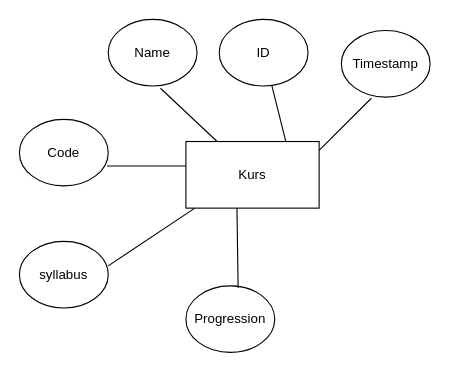
The draw.io diagram ER.drawio in mifr2204/Backend, before the edit. Source tidied: cells renumbered, new cells numbered last; positions are measured from the earlier drawing's top-left corner, leaving out a move shared by most shapes. Both pictures are drawn from the tidied source at 111%, with x=0, y=0 at pixel (19, 19).
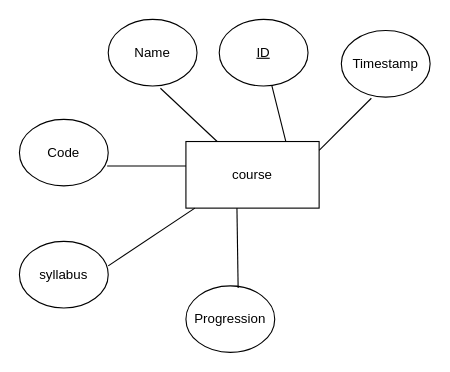
The same diagram, later.

The edit, as a diff of the source:
```diff
@@
 <mxGraphModel>
   <root>
     <mxCell id="0" />
     <mxCell id="1" parent="0" />
-    <mxCell id="2" value="Kurs" style="rounded=0;whiteSpace=wrap;html=1;" parent="1" vertex="1">
+    <mxCell id="2" value="course" style="rounded=0;whiteSpace=wrap;html=1;" parent="1" vertex="1">
       <mxGeometry x="150" y="110" width="120" height="60" as="geometry" />
     </mxCell>
     <mxCell id="3" style="endArrow=none;html=1;exitX=0.75;exitY=0;exitDx=0;exitDy=0;" parent="1" edge="1" source="2" target="4">
       <mxGeometry relative="1" as="geometry" />
     </mxCell>
-    <mxCell id="4" value="ID" style="ellipse;whiteSpace=wrap;html=1;" parent="1" vertex="1">
+    <mxCell id="4" value="&lt;u&gt;ID&lt;/u&gt;" style="ellipse;whiteSpace=wrap;html=1;" parent="1" vertex="1">
       <mxGeometry x="180" width="80" height="60" as="geometry" />
     </mxCell>
     <mxCell id="5" value="Name" style="ellipse;whiteSpace=wrap;html=1;" parent="1" vertex="1">
       <mxGeometry x="80" width="80" height="60" as="geometry" />
     </mxCell>
     <mxCell id="6" style="endArrow=none;html=1;entryX=0.588;entryY=1.033;entryDx=0;entryDy=0;entryPerimeter=0;" parent="1" edge="1" source="2" target="5">
       <mxGeometry relative="1" as="geometry" />
     </mxCell>
     <mxCell id="7" style="endArrow=none;html=1;entryX=0.988;entryY=0.7;entryDx=0;entryDy=0;entryPerimeter=0;exitX=0;exitY=0.367;exitDx=0;exitDy=0;exitPerimeter=0;" parent="1" edge="1" source="2" target="8">
       <mxGeometry relative="1" as="geometry" />
     </mxCell>
     <mxCell id="8" value="Code" style="ellipse;whiteSpace=wrap;html=1;" parent="1" vertex="1">
       <mxGeometry y="90" width="80" height="60" as="geometry" />
     </mxCell>
     <mxCell id="9" value="syllabus" style="ellipse;whiteSpace=wrap;html=1;" parent="1" vertex="1">
       <mxGeometry y="200" width="80" height="60" as="geometry" />
     </mxCell>
     <mxCell id="10" style="endArrow=none;html=1;entryX=1;entryY=0.367;entryDx=0;entryDy=0;entryPerimeter=0;exitX=0.067;exitY=1;exitDx=0;exitDy=0;exitPerimeter=0;" parent="1" edge="1" source="2" target="9">
       <mxGeometry relative="1" as="geometry" />
     </mxCell>
     <mxCell id="11" value="Progression" style="ellipse;whiteSpace=wrap;html=1;" parent="1" vertex="1">
       <mxGeometry x="150" y="240" width="80" height="60" as="geometry" />
     </mxCell>
     <mxCell id="12" style="endArrow=none;html=1;entryX=0.588;entryY=0.033;entryDx=0;entryDy=0;entryPerimeter=0;exitX=0.383;exitY=1;exitDx=0;exitDy=0;exitPerimeter=0;" parent="1" edge="1" source="2" target="11">
       <mxGeometry relative="1" as="geometry" />
     </mxCell>
     <mxCell id="13" value="Timestamp" style="ellipse;whiteSpace=wrap;html=1;" parent="1" vertex="1">
       <mxGeometry x="290" y="10" width="80" height="60" as="geometry" />
     </mxCell>
     <mxCell id="14" style="endArrow=none;html=1;exitX=1;exitY=0.133;exitDx=0;exitDy=0;entryX=0.338;entryY=1.017;entryDx=0;entryDy=0;entryPerimeter=0;exitPerimeter=0;" parent="1" edge="1" source="2" target="13">
       <mxGeometry relative="1" as="geometry" />
     </mxCell>
   </root>
 </mxGraphModel>
```
